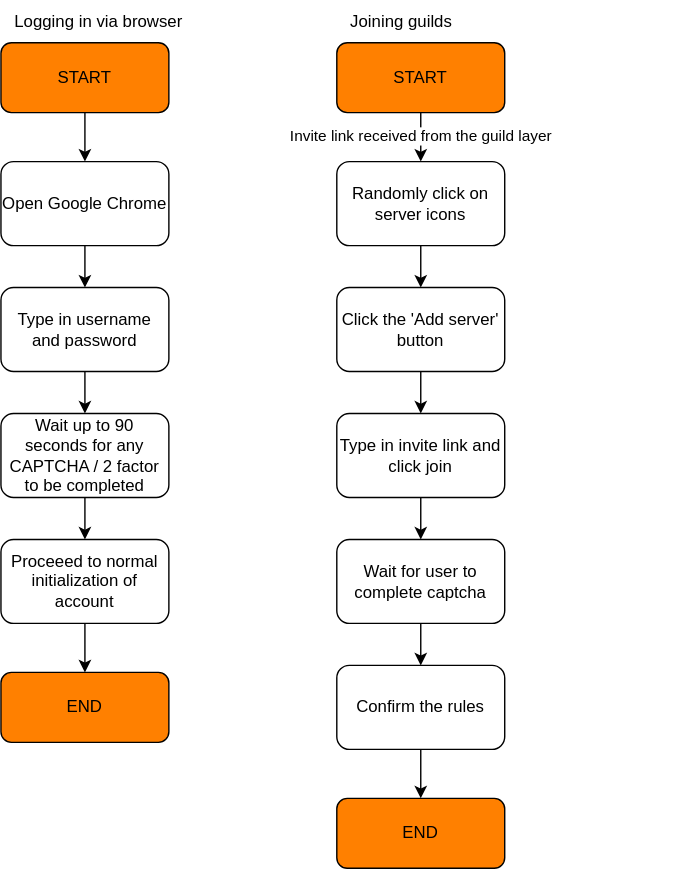
Before: docs/thesis/images/daf-selenium-layer.svg, a diagram exported from draw.io (davidhozic/discord-advertisement-framework). Source tidied: cells renumbered, new cells last; positions are measured from the earlier drawing's top-left corner, leaving out a move shared by most shapes. Its diagram source:
```xml
<mxGraphModel>
  <root>
    <mxCell id="0" />
    <mxCell id="1" parent="0" />
    <mxCell id="2" style="edgeStyle=orthogonalEdgeStyle;rounded=0;jettySize=auto;html=1;" parent="1" edge="1" source="3" target="7">
      <mxGeometry relative="1" as="geometry" />
    </mxCell>
    <mxCell id="3" value="START" style="rounded=1;whiteSpace=wrap;html=1;fontSize=12;glass=0;strokeWidth=1;shadow=0;fillColor=#FF8000;strokeColor=default;" parent="1" vertex="1">
      <mxGeometry y="30" width="120" height="50" as="geometry" />
    </mxCell>
    <mxCell id="4" value="END" style="whiteSpace=wrap;html=1;rounded=1;glass=0;strokeWidth=1;shadow=0;fillColor=#FF8000;strokeColor=default;" parent="1" vertex="1">
      <mxGeometry y="480" width="120" height="50" as="geometry" />
    </mxCell>
    <mxCell id="5" value="Logging in via browser" style="text;html=1;strokeColor=none;fillColor=none;align=left;verticalAlign=middle;whiteSpace=wrap;rounded=0;spacing=10;" parent="1" vertex="1">
      <mxGeometry width="240" height="30" as="geometry" />
    </mxCell>
    <mxCell id="6" style="edgeStyle=orthogonalEdgeStyle;rounded=0;jettySize=auto;html=1;" parent="1" edge="1" source="7" target="9">
      <mxGeometry relative="1" as="geometry" />
    </mxCell>
    <mxCell id="7" value="Open Google Chrome" style="whiteSpace=wrap;html=1;rounded=1;glass=0;strokeWidth=1;shadow=0;" parent="1" vertex="1">
      <mxGeometry y="115" width="120" height="60" as="geometry" />
    </mxCell>
    <mxCell id="8" style="edgeStyle=orthogonalEdgeStyle;rounded=0;jettySize=auto;html=1;" parent="1" edge="1" source="9" target="11">
      <mxGeometry relative="1" as="geometry" />
    </mxCell>
    <mxCell id="9" value="Type in username and password" style="whiteSpace=wrap;html=1;rounded=1;glass=0;strokeWidth=1;shadow=0;" parent="1" vertex="1">
      <mxGeometry y="205" width="120" height="60" as="geometry" />
    </mxCell>
    <mxCell id="10" style="edgeStyle=orthogonalEdgeStyle;rounded=0;jettySize=auto;html=1;" parent="1" edge="1" source="11" target="13">
      <mxGeometry relative="1" as="geometry" />
    </mxCell>
    <mxCell id="11" value="Wait up to 90 seconds for any CAPTCHA / 2 factor to be completed" style="whiteSpace=wrap;html=1;rounded=1;glass=0;strokeWidth=1;shadow=0;" parent="1" vertex="1">
      <mxGeometry y="295" width="120" height="60" as="geometry" />
    </mxCell>
    <mxCell id="12" style="edgeStyle=orthogonalEdgeStyle;rounded=0;jettySize=auto;html=1;" parent="1" edge="1" source="13" target="4">
      <mxGeometry relative="1" as="geometry" />
    </mxCell>
    <mxCell id="13" value="Proceeed to normal initialization of account" style="whiteSpace=wrap;html=1;rounded=1;glass=0;strokeWidth=1;shadow=0;" parent="1" vertex="1">
      <mxGeometry y="385" width="120" height="60" as="geometry" />
    </mxCell>
    <mxCell id="14" value="Invite link received from the guild layer" style="edgeStyle=orthogonalEdgeStyle;rounded=0;jettySize=auto;html=1;" parent="1" edge="1" source="15" target="18">
      <mxGeometry relative="1" as="geometry" />
    </mxCell>
    <mxCell id="15" value="START" style="rounded=1;whiteSpace=wrap;html=1;fontSize=12;glass=0;strokeWidth=1;shadow=0;fillColor=#FF8000;strokeColor=default;" parent="1" vertex="1">
      <mxGeometry x="240" y="30" width="120" height="50" as="geometry" />
    </mxCell>
    <mxCell id="16" value="Joining guilds" style="text;html=1;strokeColor=none;fillColor=none;align=left;verticalAlign=middle;whiteSpace=wrap;rounded=0;spacing=10;" parent="1" vertex="1">
      <mxGeometry x="240" width="240" height="30" as="geometry" />
    </mxCell>
    <mxCell id="17" style="edgeStyle=orthogonalEdgeStyle;rounded=0;jettySize=auto;html=1;" parent="1" edge="1" source="18" target="20">
      <mxGeometry relative="1" as="geometry" />
    </mxCell>
    <mxCell id="18" value="Randomly click on server icons" style="whiteSpace=wrap;html=1;rounded=1;glass=0;strokeWidth=1;shadow=0;" parent="1" vertex="1">
      <mxGeometry x="240" y="115" width="120" height="60" as="geometry" />
    </mxCell>
    <mxCell id="19" style="edgeStyle=orthogonalEdgeStyle;rounded=0;jettySize=auto;html=1;" parent="1" edge="1" source="20" target="22">
      <mxGeometry relative="1" as="geometry" />
    </mxCell>
    <mxCell id="20" value="Click the 'Add server'&lt;br&gt;button" style="whiteSpace=wrap;html=1;rounded=1;glass=0;strokeWidth=1;shadow=0;" parent="1" vertex="1">
      <mxGeometry x="240" y="205" width="120" height="60" as="geometry" />
    </mxCell>
    <mxCell id="21" style="edgeStyle=orthogonalEdgeStyle;rounded=0;jettySize=auto;html=1;" parent="1" edge="1" source="22" target="24">
      <mxGeometry relative="1" as="geometry" />
    </mxCell>
    <mxCell id="22" value="Type in invite link and click join" style="whiteSpace=wrap;html=1;rounded=1;glass=0;strokeWidth=1;shadow=0;" parent="1" vertex="1">
      <mxGeometry x="240" y="295" width="120" height="60" as="geometry" />
    </mxCell>
    <mxCell id="23" style="edgeStyle=orthogonalEdgeStyle;rounded=0;jettySize=auto;html=1;" parent="1" edge="1" source="24" target="26">
      <mxGeometry relative="1" as="geometry" />
    </mxCell>
    <mxCell id="24" value="Wait for user to complete captcha" style="whiteSpace=wrap;html=1;rounded=1;glass=0;strokeWidth=1;shadow=0;" parent="1" vertex="1">
      <mxGeometry x="240" y="385" width="120" height="60" as="geometry" />
    </mxCell>
    <mxCell id="25" style="edgeStyle=orthogonalEdgeStyle;rounded=0;jettySize=auto;html=1;" parent="1" edge="1" source="26" target="27">
      <mxGeometry relative="1" as="geometry" />
    </mxCell>
    <mxCell id="26" value="Confirm the rules" style="whiteSpace=wrap;html=1;rounded=1;glass=0;strokeWidth=1;shadow=0;" parent="1" vertex="1">
      <mxGeometry x="240" y="475" width="120" height="60" as="geometry" />
    </mxCell>
    <mxCell id="27" value="END" style="whiteSpace=wrap;html=1;rounded=1;glass=0;strokeWidth=1;shadow=0;fillColor=#FF8000;strokeColor=default;" parent="1" vertex="1">
      <mxGeometry x="240" y="570" width="120" height="50" as="geometry" />
    </mxCell>
  </root>
</mxGraphModel>
```
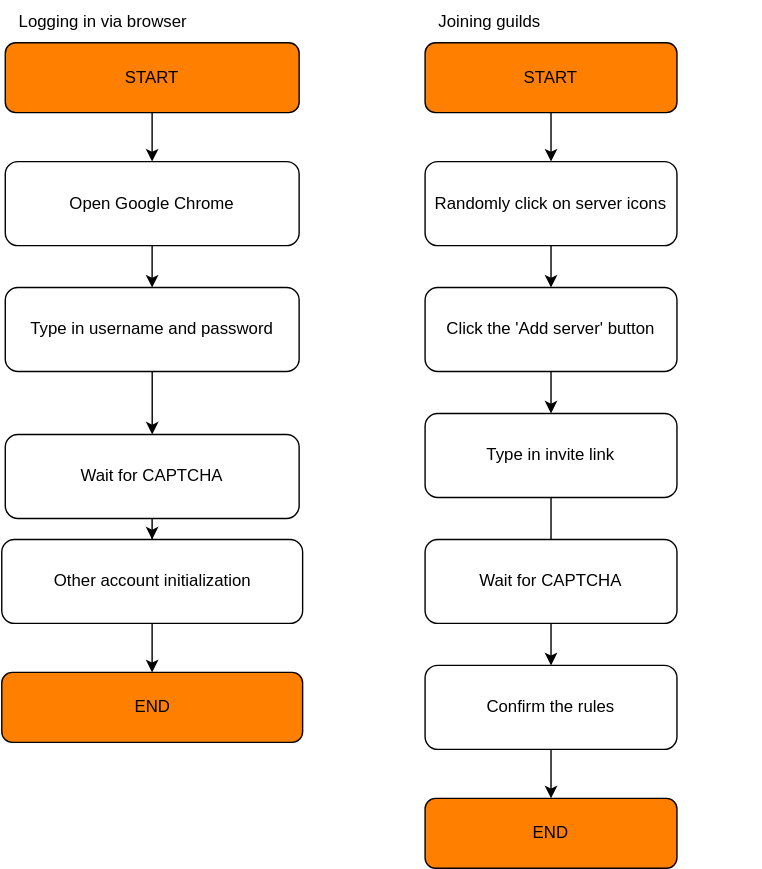
Later version of the same file.

The edit, as a diff of the source:
```diff
@@ -6,43 +6,43 @@
       <mxGeometry relative="1" as="geometry" />
     </mxCell>
     <mxCell id="3" value="START" style="rounded=1;whiteSpace=wrap;html=1;fontSize=12;glass=0;strokeWidth=1;shadow=0;fillColor=#FF8000;strokeColor=default;" parent="1" vertex="1">
-      <mxGeometry y="30" width="120" height="50" as="geometry" />
+      <mxGeometry x="-60" y="30" width="210" height="50" as="geometry" />
     </mxCell>
     <mxCell id="4" value="END" style="whiteSpace=wrap;html=1;rounded=1;glass=0;strokeWidth=1;shadow=0;fillColor=#FF8000;strokeColor=default;" parent="1" vertex="1">
-      <mxGeometry y="480" width="120" height="50" as="geometry" />
+      <mxGeometry x="-62.5" y="480" width="215" height="50" as="geometry" />
     </mxCell>
     <mxCell id="5" value="Logging in via browser" style="text;html=1;strokeColor=none;fillColor=none;align=left;verticalAlign=middle;whiteSpace=wrap;rounded=0;spacing=10;" parent="1" vertex="1">
-      <mxGeometry width="240" height="30" as="geometry" />
+      <mxGeometry x="-60" width="240" height="30" as="geometry" />
     </mxCell>
     <mxCell id="6" style="edgeStyle=orthogonalEdgeStyle;rounded=0;jettySize=auto;html=1;" parent="1" edge="1" source="7" target="9">
       <mxGeometry relative="1" as="geometry" />
     </mxCell>
     <mxCell id="7" value="Open Google Chrome" style="whiteSpace=wrap;html=1;rounded=1;glass=0;strokeWidth=1;shadow=0;" parent="1" vertex="1">
-      <mxGeometry y="115" width="120" height="60" as="geometry" />
+      <mxGeometry x="-60" y="115" width="210" height="60" as="geometry" />
     </mxCell>
     <mxCell id="8" style="edgeStyle=orthogonalEdgeStyle;rounded=0;jettySize=auto;html=1;" parent="1" edge="1" source="9" target="11">
       <mxGeometry relative="1" as="geometry" />
     </mxCell>
     <mxCell id="9" value="Type in username and password" style="whiteSpace=wrap;html=1;rounded=1;glass=0;strokeWidth=1;shadow=0;" parent="1" vertex="1">
-      <mxGeometry y="205" width="120" height="60" as="geometry" />
+      <mxGeometry x="-60" y="205" width="210" height="60" as="geometry" />
     </mxCell>
     <mxCell id="10" style="edgeStyle=orthogonalEdgeStyle;rounded=0;jettySize=auto;html=1;" parent="1" edge="1" source="11" target="13">
       <mxGeometry relative="1" as="geometry" />
     </mxCell>
-    <mxCell id="11" value="Wait up to 90 seconds for any CAPTCHA / 2 factor to be completed" style="whiteSpace=wrap;html=1;rounded=1;glass=0;strokeWidth=1;shadow=0;" parent="1" vertex="1">
-      <mxGeometry y="295" width="120" height="60" as="geometry" />
+    <mxCell id="11" value="Wait for CAPTCHA" style="whiteSpace=wrap;html=1;rounded=1;glass=0;strokeWidth=1;shadow=0;" parent="1" vertex="1">
+      <mxGeometry x="-60" y="310" width="210" height="60" as="geometry" />
     </mxCell>
     <mxCell id="12" style="edgeStyle=orthogonalEdgeStyle;rounded=0;jettySize=auto;html=1;" parent="1" edge="1" source="13" target="4">
       <mxGeometry relative="1" as="geometry" />
     </mxCell>
-    <mxCell id="13" value="Proceeed to normal initialization of account" style="whiteSpace=wrap;html=1;rounded=1;glass=0;strokeWidth=1;shadow=0;" parent="1" vertex="1">
-      <mxGeometry y="385" width="120" height="60" as="geometry" />
+    <mxCell id="13" value="Other account initialization" style="whiteSpace=wrap;html=1;rounded=1;glass=0;strokeWidth=1;shadow=0;" parent="1" vertex="1">
+      <mxGeometry x="-62.5" y="385" width="215" height="60" as="geometry" />
     </mxCell>
-    <mxCell id="14" value="Invite link received from the guild layer" style="edgeStyle=orthogonalEdgeStyle;rounded=0;jettySize=auto;html=1;" parent="1" edge="1" source="15" target="18">
+    <mxCell id="14" style="edgeStyle=orthogonalEdgeStyle;rounded=0;jettySize=auto;html=1;" parent="1" edge="1" source="15" target="18">
       <mxGeometry relative="1" as="geometry" />
     </mxCell>
     <mxCell id="15" value="START" style="rounded=1;whiteSpace=wrap;html=1;fontSize=12;glass=0;strokeWidth=1;shadow=0;fillColor=#FF8000;strokeColor=default;" parent="1" vertex="1">
-      <mxGeometry x="240" y="30" width="120" height="50" as="geometry" />
+      <mxGeometry x="240" y="30" width="180" height="50" as="geometry" />
     </mxCell>
     <mxCell id="16" value="Joining guilds" style="text;html=1;strokeColor=none;fillColor=none;align=left;verticalAlign=middle;whiteSpace=wrap;rounded=0;spacing=10;" parent="1" vertex="1">
       <mxGeometry x="240" width="240" height="30" as="geometry" />
@@ -51,34 +51,31 @@
       <mxGeometry relative="1" as="geometry" />
     </mxCell>
     <mxCell id="18" value="Randomly click on server icons" style="whiteSpace=wrap;html=1;rounded=1;glass=0;strokeWidth=1;shadow=0;" parent="1" vertex="1">
-      <mxGeometry x="240" y="115" width="120" height="60" as="geometry" />
+      <mxGeometry x="240" y="115" width="180" height="60" as="geometry" />
     </mxCell>
     <mxCell id="19" style="edgeStyle=orthogonalEdgeStyle;rounded=0;jettySize=auto;html=1;" parent="1" edge="1" source="20" target="22">
       <mxGeometry relative="1" as="geometry" />
     </mxCell>
-    <mxCell id="20" value="Click the 'Add server'&lt;br&gt;button" style="whiteSpace=wrap;html=1;rounded=1;glass=0;strokeWidth=1;shadow=0;" parent="1" vertex="1">
-      <mxGeometry x="240" y="205" width="120" height="60" as="geometry" />
+    <mxCell id="20" value="Click the 'Add server' button" style="whiteSpace=wrap;html=1;rounded=1;glass=0;strokeWidth=1;shadow=0;" parent="1" vertex="1">
+      <mxGeometry x="240" y="205" width="180" height="60" as="geometry" />
     </mxCell>
-    <mxCell id="21" style="edgeStyle=orthogonalEdgeStyle;rounded=0;jettySize=auto;html=1;" parent="1" edge="1" source="22" target="24">
-      <mxGeometry relative="1" as="geometry" />
-    </mxCell>
+    <mxCell id="28" style="edgeStyle=orthogonalEdgeStyle;rounded=0;jettySize=auto;html=1;" parent="1" edge="1" source="22" target="26">
+      <mxGeometry relative="1" as="geometry" />
+    </mxCell>
-    <mxCell id="22" value="Type in invite link and click join" style="whiteSpace=wrap;html=1;rounded=1;glass=0;strokeWidth=1;shadow=0;" parent="1" vertex="1">
-      <mxGeometry x="240" y="295" width="120" height="60" as="geometry" />
+    <mxCell id="22" value="Type in invite link" style="whiteSpace=wrap;html=1;rounded=1;glass=0;strokeWidth=1;shadow=0;" parent="1" vertex="1">
+      <mxGeometry x="240" y="295" width="180" height="60" as="geometry" />
     </mxCell>
-    <mxCell id="23" style="edgeStyle=orthogonalEdgeStyle;rounded=0;jettySize=auto;html=1;" parent="1" edge="1" source="24" target="26">
-      <mxGeometry relative="1" as="geometry" />
-    </mxCell>
-    <mxCell id="24" value="Wait for user to complete captcha" style="whiteSpace=wrap;html=1;rounded=1;glass=0;strokeWidth=1;shadow=0;" parent="1" vertex="1">
-      <mxGeometry x="240" y="385" width="120" height="60" as="geometry" />
+    <mxCell id="24" value="Wait for CAPTCHA" style="whiteSpace=wrap;html=1;rounded=1;glass=0;strokeWidth=1;shadow=0;" parent="1" vertex="1">
+      <mxGeometry x="240" y="385" width="180" height="60" as="geometry" />
     </mxCell>
     <mxCell id="25" style="edgeStyle=orthogonalEdgeStyle;rounded=0;jettySize=auto;html=1;" parent="1" edge="1" source="26" target="27">
       <mxGeometry relative="1" as="geometry" />
     </mxCell>
     <mxCell id="26" value="Confirm the rules" style="whiteSpace=wrap;html=1;rounded=1;glass=0;strokeWidth=1;shadow=0;" parent="1" vertex="1">
-      <mxGeometry x="240" y="475" width="120" height="60" as="geometry" />
+      <mxGeometry x="240" y="475" width="180" height="60" as="geometry" />
     </mxCell>
     <mxCell id="27" value="END" style="whiteSpace=wrap;html=1;rounded=1;glass=0;strokeWidth=1;shadow=0;fillColor=#FF8000;strokeColor=default;" parent="1" vertex="1">
-      <mxGeometry x="240" y="570" width="120" height="50" as="geometry" />
+      <mxGeometry x="240" y="570" width="180" height="50" as="geometry" />
     </mxCell>
   </root>
 </mxGraphModel>
```
